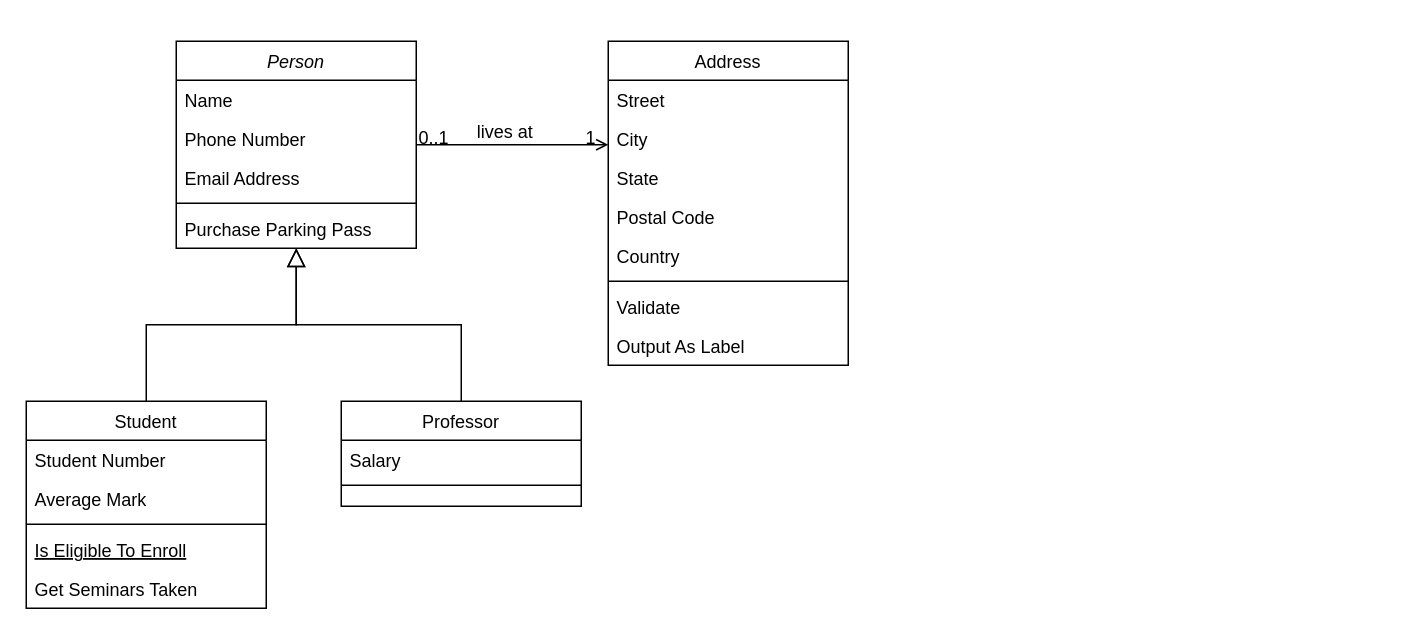
Before: miu2os.drawio in xulizhi321/drawio-proj, a draw.io diagram. Source tidied: cells renumbered, new cells numbered last; positions are measured from the earlier drawing's top-left corner, leaving out a move shared by most shapes. Both pictures are drawn from the tidied source at 150%, with x=0, y=0 at pixel (26, 40).
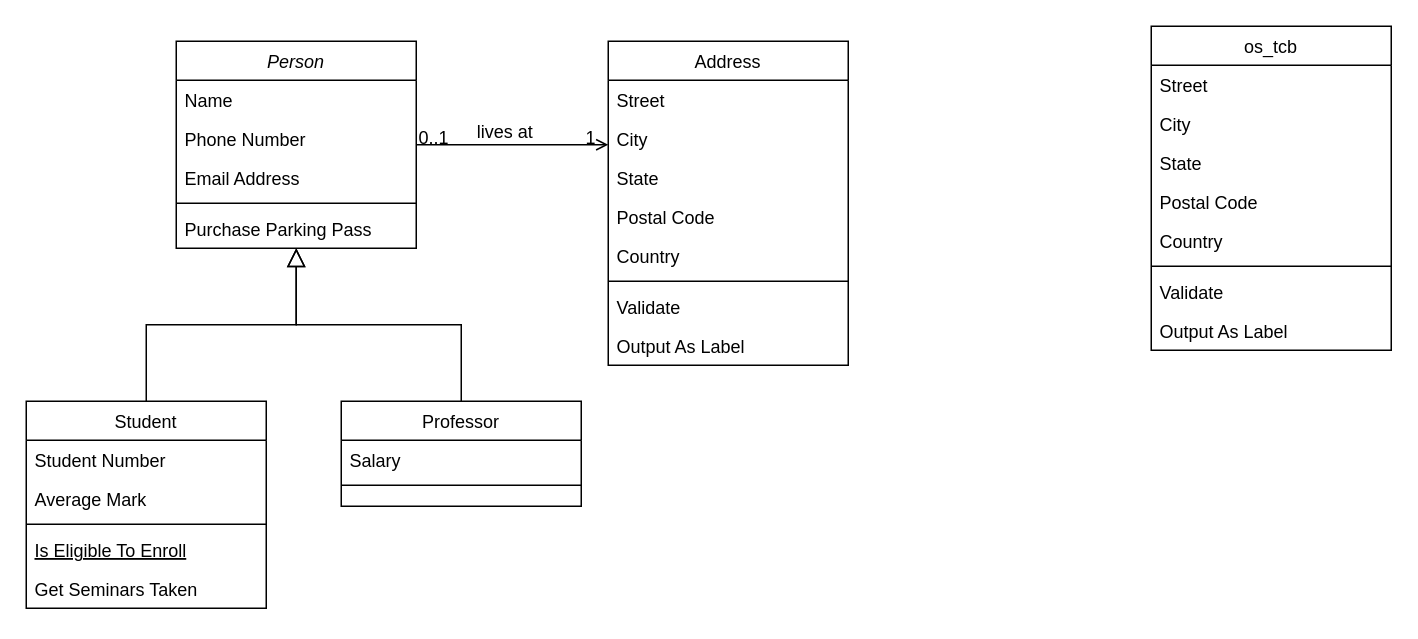
After the change.

What changed in the source:
```diff
@@
+    <mxCell id="32" value="os_tcb" style="swimlane;fontStyle=0;align=center;verticalAlign=top;horizontal=1;startSize=26;rounded=0;shadow=0;strokeWidth=1;" parent="1" vertex="1">
+      <mxGeometry x="750" y="-10" width="160" height="216" as="geometry" />
+    </mxCell>
+    <mxCell id="33" value="Street" style="text;align=left;verticalAlign=top;spacingLeft=4;spacingRight=4;overflow=hidden;" parent="32" vertex="1">
+      <mxGeometry y="26" width="160" height="26" as="geometry" />
+    </mxCell>
+    <mxCell id="34" value="City" style="text;align=left;verticalAlign=top;spacingLeft=4;spacingRight=4;overflow=hidden;rounded=0;shadow=0;html=0;" parent="32" vertex="1">
+      <mxGeometry y="52" width="160" height="26" as="geometry" />
+    </mxCell>
+    <mxCell id="35" value="State" style="text;align=left;verticalAlign=top;spacingLeft=4;spacingRight=4;overflow=hidden;rounded=0;shadow=0;html=0;" parent="32" vertex="1">
+      <mxGeometry y="78" width="160" height="26" as="geometry" />
+    </mxCell>
+    <mxCell id="36" value="Postal Code" style="text;align=left;verticalAlign=top;spacingLeft=4;spacingRight=4;overflow=hidden;rounded=0;shadow=0;html=0;" parent="32" vertex="1">
+      <mxGeometry y="104" width="160" height="26" as="geometry" />
+    </mxCell>
+    <mxCell id="37" value="Country" style="text;align=left;verticalAlign=top;spacingLeft=4;spacingRight=4;overflow=hidden;rounded=0;shadow=0;html=0;" parent="32" vertex="1">
+      <mxGeometry y="130" width="160" height="26" as="geometry" />
+    </mxCell>
+    <mxCell id="38" style="line;html=1;strokeWidth=1;align=left;verticalAlign=middle;spacingTop=-1;spacingLeft=3;spacingRight=3;labelPosition=right;" parent="32" vertex="1">
+      <mxGeometry y="156" width="160" height="8" as="geometry" />
+    </mxCell>
+    <mxCell id="39" value="Validate" style="text;align=left;verticalAlign=top;spacingLeft=4;spacingRight=4;overflow=hidden;" parent="32" vertex="1">
+      <mxGeometry y="164" width="160" height="26" as="geometry" />
+    </mxCell>
+    <mxCell id="40" value="Output As Label" style="text;align=left;verticalAlign=top;spacingLeft=4;spacingRight=4;overflow=hidden;" parent="32" vertex="1">
+      <mxGeometry y="190" width="160" height="26" as="geometry" />
+    </mxCell>
```
